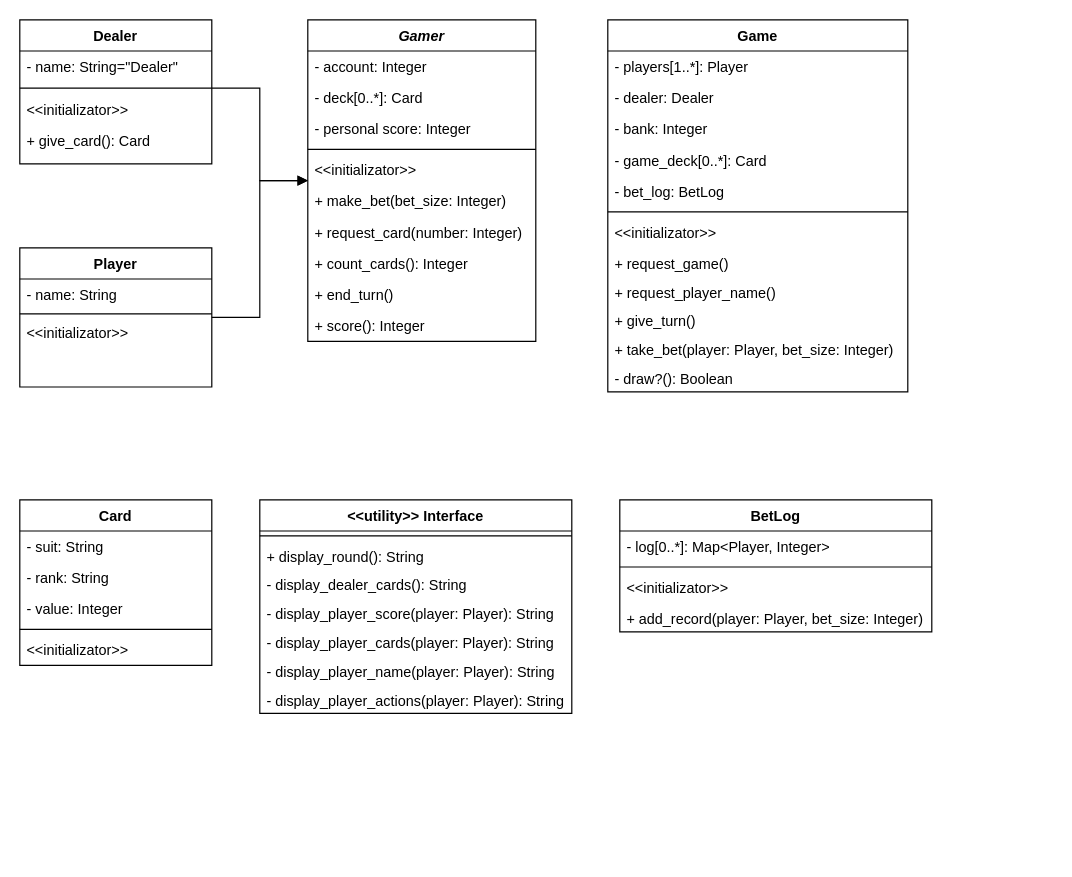
Above: Diagrams/Class_diagram.drawio in PrimusInterPares/BlackJack-game (draw.io), before the change. Source tidied: cells renumbered, new cells numbered last; positions are measured from the earlier drawing's top-left corner, leaving out a move shared by most shapes. Both pictures are drawn from the tidied source at 120%, with x=0, y=0 at pixel (19, 19).
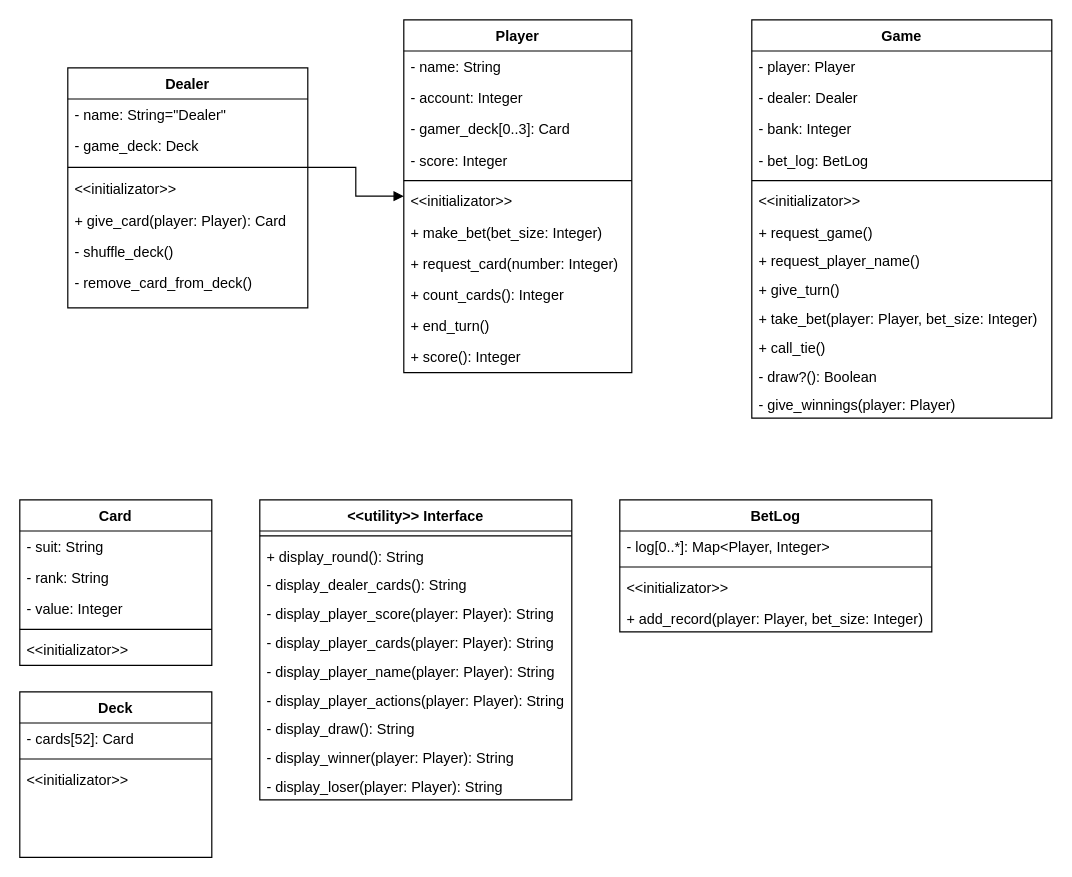
After the change.

Commit message:
Add some changes to Class_diagram

Change to the diagram source:
```diff
@@
-    <mxCell id="2" value="Gamer" style="swimlane;fontStyle=3;align=center;verticalAlign=top;horizontal=1;startSize=26;rounded=0;shadow=0;strokeWidth=1;" parent="1" vertex="1">
-      <mxGeometry x="240" width="190" height="268" as="geometry" />
+    <mxCell id="2" value="Player" style="swimlane;fontStyle=1;align=center;verticalAlign=top;horizontal=1;startSize=26;rounded=0;shadow=0;strokeWidth=1;" parent="1" vertex="1">
+      <mxGeometry x="320" width="190" height="294" as="geometry" />
     </mxCell>
+    <mxCell id="39" value="- name: String" style="text;align=left;verticalAlign=top;spacingLeft=4;spacingRight=4;overflow=hidden;rounded=0;shadow=0;html=0;" parent="2" vertex="1">
+      <mxGeometry y="26" width="190" height="26" as="geometry" />
+    </mxCell>
     <mxCell id="3" value="- account: Integer" style="text;align=left;verticalAlign=top;spacingLeft=4;spacingRight=4;overflow=hidden;rounded=0;shadow=0;html=0;" parent="2" vertex="1">
-      <mxGeometry y="26" width="190" height="26" as="geometry" />
+      <mxGeometry y="52" width="190" height="26" as="geometry" />
     </mxCell>
-    <mxCell id="4" value="- deck[0..*]: Card" style="text;align=left;verticalAlign=top;spacingLeft=4;spacingRight=4;overflow=hidden;rounded=0;shadow=0;html=0;" parent="2" vertex="1">
-      <mxGeometry y="52" width="190" height="26" as="geometry" />
+    <mxCell id="4" value="- gamer_deck[0..3]: Card" style="text;align=left;verticalAlign=top;spacingLeft=4;spacingRight=4;overflow=hidden;rounded=0;shadow=0;html=0;" parent="2" vertex="1">
+      <mxGeometry y="78" width="190" height="26" as="geometry" />
     </mxCell>
-    <mxCell id="5" value="- personal score: Integer" style="text;align=left;verticalAlign=top;spacingLeft=4;spacingRight=4;overflow=hidden;rounded=0;shadow=0;html=0;" parent="2" vertex="1">
-      <mxGeometry y="78" width="190" height="26" as="geometry" />
+    <mxCell id="5" value="- score: Integer" style="text;align=left;verticalAlign=top;spacingLeft=4;spacingRight=4;overflow=hidden;rounded=0;shadow=0;html=0;" parent="2" vertex="1">
+      <mxGeometry y="104" width="190" height="26" as="geometry" />
     </mxCell>
     <mxCell id="6" style="line;html=1;strokeWidth=1;align=left;verticalAlign=middle;spacingTop=-1;spacingLeft=3;spacingRight=3;labelPosition=right;" parent="2" vertex="1">
-      <mxGeometry y="104" width="190" height="8" as="geometry" />
+      <mxGeometry y="130" width="190" height="8" as="geometry" />
     </mxCell>
     <mxCell id="7" value="&lt;&lt;initializator&gt;&gt;" style="text;align=left;verticalAlign=top;spacingLeft=4;spacingRight=4;overflow=hidden;" parent="2" vertex="1">
-      <mxGeometry y="112" width="190" height="26" as="geometry" />
+      <mxGeometry y="138" width="190" height="26" as="geometry" />
     </mxCell>
     <mxCell id="8" value="+ make_bet(bet_size: Integer)" style="text;align=left;verticalAlign=top;spacingLeft=4;spacingRight=4;overflow=hidden;" parent="2" vertex="1">
-      <mxGeometry y="138" width="190" height="26" as="geometry" />
+      <mxGeometry y="164" width="190" height="26" as="geometry" />
     </mxCell>
     <mxCell id="9" value="+ request_card(number: Integer)" style="text;align=left;verticalAlign=top;spacingLeft=4;spacingRight=4;overflow=hidden;" parent="2" vertex="1">
-      <mxGeometry y="164" width="190" height="26" as="geometry" />
+      <mxGeometry y="190" width="190" height="26" as="geometry" />
     </mxCell>
     <mxCell id="10" value="+ count_cards(): Integer" style="text;align=left;verticalAlign=top;spacingLeft=4;spacingRight=4;overflow=hidden;" parent="2" vertex="1">
-      <mxGeometry y="190" width="190" height="26" as="geometry" />
+      <mxGeometry y="216" width="190" height="26" as="geometry" />
     </mxCell>
     <mxCell id="11" value="+ end_turn()" style="text;align=left;verticalAlign=top;spacingLeft=4;spacingRight=4;overflow=hidden;" parent="2" vertex="1">
-      <mxGeometry y="216" width="190" height="26" as="geometry" />
+      <mxGeometry y="242" width="190" height="26" as="geometry" />
     </mxCell>
     <mxCell id="12" value="+ score(): Integer" style="text;align=left;verticalAlign=top;spacingLeft=4;spacingRight=4;overflow=hidden;" parent="2" vertex="1">
-      <mxGeometry y="242" width="190" height="26" as="geometry" />
+      <mxGeometry y="268" width="190" height="26" as="geometry" />
     </mxCell>
     <mxCell id="13" value="Game" style="swimlane;fontStyle=1;align=center;verticalAlign=top;horizontal=1;startSize=26;rounded=0;shadow=0;strokeWidth=1;" parent="1" vertex="1">
-      <mxGeometry x="490" width="250" height="310" as="geometry" />
+      <mxGeometry x="610" width="250" height="332" as="geometry" />
     </mxCell>
-    <mxCell id="14" value="- players[1..*]: Player" style="text;align=left;verticalAlign=top;spacingLeft=4;spacingRight=4;overflow=hidden;" parent="13" vertex="1">
+    <mxCell id="14" value="- player: Player" style="text;align=left;verticalAlign=top;spacingLeft=4;spacingRight=4;overflow=hidden;" parent="13" vertex="1">
       <mxGeometry y="26" width="250" height="26" as="geometry" />
     </mxCell>
@@
-    <mxCell id="17" value="- game_deck[0..*]: Card" style="text;align=left;verticalAlign=top;spacingLeft=4;spacingRight=4;overflow=hidden;rounded=0;shadow=0;html=0;" parent="13" vertex="1">
-      <mxGeometry y="104" width="250" height="26" as="geometry" />
-    </mxCell>
     <mxCell id="18" value="- bet_log: BetLog" style="text;align=left;verticalAlign=top;spacingLeft=4;spacingRight=4;overflow=hidden;rounded=0;shadow=0;html=0;" parent="13" vertex="1">
-      <mxGeometry y="130" width="250" height="26" as="geometry" />
+      <mxGeometry y="104" width="250" height="26" as="geometry" />
     </mxCell>
     <mxCell id="19" style="line;html=1;strokeWidth=1;align=left;verticalAlign=middle;spacingTop=-1;spacingLeft=3;spacingRight=3;labelPosition=right;" parent="13" vertex="1">
-      <mxGeometry y="156" width="250" height="8" as="geometry" />
+      <mxGeometry y="130" width="250" height="8" as="geometry" />
     </mxCell>
     <mxCell id="20" value="&lt;&lt;initializator&gt;&gt;" style="text;align=left;verticalAlign=top;spacingLeft=4;spacingRight=4;overflow=hidden;" parent="13" vertex="1">
-      <mxGeometry y="164" width="250" height="26" as="geometry" />
+      <mxGeometry y="138" width="250" height="26" as="geometry" />
     </mxCell>
     <mxCell id="21" value="+ request_game()" style="text;align=left;verticalAlign=top;spacingLeft=4;spacingRight=4;overflow=hidden;" parent="13" vertex="1">
-      <mxGeometry y="190" width="250" height="24" as="geometry" />
+      <mxGeometry y="164" width="250" height="24" as="geometry" />
     </mxCell>
     <mxCell id="22" value="+ request_player_name()" style="text;align=left;verticalAlign=top;spacingLeft=4;spacingRight=4;overflow=hidden;" parent="13" vertex="1">
-      <mxGeometry y="214" width="250" height="24" as="geometry" />
+      <mxGeometry y="188" width="250" height="24" as="geometry" />
     </mxCell>
     <mxCell id="23" value="+ give_turn()" style="text;align=left;verticalAlign=top;spacingLeft=4;spacingRight=4;overflow=hidden;" parent="13" vertex="1">
-      <mxGeometry y="238" width="250" height="24" as="geometry" />
+      <mxGeometry y="212" width="250" height="24" as="geometry" />
     </mxCell>
     <mxCell id="24" value="+ take_bet(player: Player, bet_size: Integer)" style="text;align=left;verticalAlign=top;spacingLeft=4;spacingRight=4;overflow=hidden;" parent="13" vertex="1">
-      <mxGeometry y="262" width="250" height="24" as="geometry" />
+      <mxGeometry y="236" width="250" height="24" as="geometry" />
     </mxCell>
+    <mxCell id="56" value="+ call_tie()" style="text;align=left;verticalAlign=top;spacingLeft=4;spacingRight=4;overflow=hidden;" parent="13" vertex="1">
+      <mxGeometry y="260" width="250" height="24" as="geometry" />
+    </mxCell>
     <mxCell id="25" value="- draw?(): Boolean" style="text;align=left;verticalAlign=top;spacingLeft=4;spacingRight=4;overflow=hidden;" parent="13" vertex="1">
-      <mxGeometry y="286" width="250" height="24" as="geometry" />
+      <mxGeometry y="284" width="250" height="24" as="geometry" />
     </mxCell>
+    <mxCell id="57" value="- give_winnings(player: Player)" style="text;align=left;verticalAlign=top;spacingLeft=4;spacingRight=4;overflow=hidden;" parent="13" vertex="1">
+      <mxGeometry y="308" width="250" height="24" as="geometry" />
+    </mxCell>
     <mxCell id="26" value="Dealer" style="swimlane;fontStyle=1;align=center;verticalAlign=top;horizontal=1;startSize=26;rounded=0;shadow=0;strokeWidth=1;" parent="1" vertex="1">
-      <mxGeometry width="160" height="120" as="geometry" />
+      <mxGeometry x="40" y="40" width="200" height="200" as="geometry" />
     </mxCell>
     <mxCell id="27" value="- name: String=&quot;Dealer&quot;" style="text;align=left;verticalAlign=top;spacingLeft=4;spacingRight=4;overflow=hidden;" parent="26" vertex="1">
-      <mxGeometry y="26" width="160" height="26" as="geometry" />
+      <mxGeometry y="26" width="200" height="26" as="geometry" />
     </mxCell>
+    <mxCell id="58" value="- game_deck: Deck" style="text;align=left;verticalAlign=top;spacingLeft=4;spacingRight=4;overflow=hidden;rounded=0;shadow=0;html=0;" parent="26" vertex="1">
+      <mxGeometry y="52" width="200" height="26" as="geometry" />
+    </mxCell>
     <mxCell id="28" style="line;html=1;strokeWidth=1;align=left;verticalAlign=middle;spacingTop=-1;spacingLeft=3;spacingRight=3;labelPosition=right;points=[];portConstraint=eastwest;" parent="26" vertex="1">
-      <mxGeometry y="52" width="160" height="10" as="geometry" />
+      <mxGeometry y="78" width="200" height="10" as="geometry" />
     </mxCell>
     <mxCell id="29" value="&lt;&lt;initializator&gt;&gt;" style="text;align=left;verticalAlign=top;spacingLeft=4;spacingRight=4;overflow=hidden;" parent="26" vertex="1">
-      <mxGeometry y="62" width="160" height="26" as="geometry" />
+      <mxGeometry y="88" width="200" height="26" as="geometry" />
     </mxCell>
-    <mxCell id="30" value="+ give_card(): Card" style="text;align=left;verticalAlign=top;spacingLeft=4;spacingRight=4;overflow=hidden;" parent="26" vertex="1">
-      <mxGeometry y="88" width="160" height="26" as="geometry" />
+    <mxCell id="30" value="+ give_card(player: Player): Card" style="text;align=left;verticalAlign=top;spacingLeft=4;spacingRight=4;overflow=hidden;" parent="26" vertex="1">
+      <mxGeometry y="114" width="200" height="26" as="geometry" />
     </mxCell>
+    <mxCell id="59" value="- shuffle_deck()" style="text;align=left;verticalAlign=top;spacingLeft=4;spacingRight=4;overflow=hidden;" parent="26" vertex="1">
+      <mxGeometry y="140" width="200" height="26" as="geometry" />
+    </mxCell>
+    <mxCell id="60" value="- remove_card_from_deck()" style="text;align=left;verticalAlign=top;spacingLeft=4;spacingRight=4;overflow=hidden;" parent="26" vertex="1">
+      <mxGeometry y="166" width="200" height="26" as="geometry" />
+    </mxCell>
@@
-    <mxCell id="37" style="edgeStyle=orthogonalEdgeStyle;rounded=0;jettySize=auto;html=1;endArrow=block;endFill=1;" parent="1" edge="1" source="38" target="2">
-      <mxGeometry relative="1" as="geometry" />
-    </mxCell>
-    <mxCell id="38" value="Player" style="swimlane;fontStyle=1;align=center;verticalAlign=top;horizontal=1;startSize=26;rounded=0;shadow=0;strokeWidth=1;" parent="1" vertex="1">
-      <mxGeometry y="190" width="160" height="116" as="geometry" />
-    </mxCell>
-    <mxCell id="39" value="- name: String" style="text;align=left;verticalAlign=top;spacingLeft=4;spacingRight=4;overflow=hidden;" parent="38" vertex="1">
-      <mxGeometry y="26" width="160" height="26" as="geometry" />
-    </mxCell>
-    <mxCell id="40" style="line;html=1;strokeWidth=1;align=left;verticalAlign=middle;spacingTop=-1;spacingLeft=3;spacingRight=3;labelPosition=right;" parent="38" vertex="1">
-      <mxGeometry y="52" width="160" height="6" as="geometry" />
-    </mxCell>
-    <mxCell id="41" value="&lt;&lt;initializator&gt;&gt;" style="text;align=left;verticalAlign=top;spacingLeft=4;spacingRight=4;overflow=hidden;" parent="38" vertex="1">
-      <mxGeometry y="58" width="160" height="26" as="geometry" />
-    </mxCell>
@@
     <mxCell id="43" value="&lt;&lt;utility&gt;&gt; Interface" style="swimlane;fontStyle=1;align=center;verticalAlign=top;horizontal=1;startSize=26;rounded=0;shadow=0;strokeWidth=1;" parent="1" vertex="1">
-      <mxGeometry x="200" y="400" width="260" height="178" as="geometry" />
+      <mxGeometry x="200" y="400" width="260" height="250" as="geometry" />
     </mxCell>
@@
+    <mxCell id="61" value="- display_draw(): String" style="text;align=left;verticalAlign=top;spacingLeft=4;spacingRight=4;overflow=hidden;" parent="43" vertex="1">
+      <mxGeometry y="178" width="260" height="24" as="geometry" />
+    </mxCell>
+    <mxCell id="62" value="- display_winner(player: Player): String" style="text;align=left;verticalAlign=top;spacingLeft=4;spacingRight=4;overflow=hidden;" parent="43" vertex="1">
+      <mxGeometry y="202" width="260" height="24" as="geometry" />
+    </mxCell>
+    <mxCell id="63" value="- display_loser(player: Player): String" style="text;align=left;verticalAlign=top;spacingLeft=4;spacingRight=4;overflow=hidden;" parent="43" vertex="1">
+      <mxGeometry y="226" width="260" height="24" as="geometry" />
+    </mxCell>
@@
+    <mxCell id="64" value="Deck" style="swimlane;fontStyle=1;align=center;verticalAlign=top;horizontal=1;startSize=26;rounded=0;shadow=0;strokeWidth=1;" parent="1" vertex="1">
+      <mxGeometry y="560" width="160" height="138" as="geometry" />
+    </mxCell>
+    <mxCell id="65" value="- cards[52]: Card" style="text;align=left;verticalAlign=top;spacingLeft=4;spacingRight=4;overflow=hidden;" parent="64" vertex="1">
+      <mxGeometry y="26" width="160" height="26" as="geometry" />
+    </mxCell>
+    <mxCell id="66" style="line;html=1;strokeWidth=1;align=left;verticalAlign=middle;spacingTop=-1;spacingLeft=3;spacingRight=3;labelPosition=right;" parent="64" vertex="1">
+      <mxGeometry y="52" width="160" height="8" as="geometry" />
+    </mxCell>
+    <mxCell id="41" value="&lt;&lt;initializator&gt;&gt;" style="text;align=left;verticalAlign=top;spacingLeft=4;spacingRight=4;overflow=hidden;" parent="64" vertex="1">
+      <mxGeometry y="60" width="160" height="26" as="geometry" />
+    </mxCell>
```
